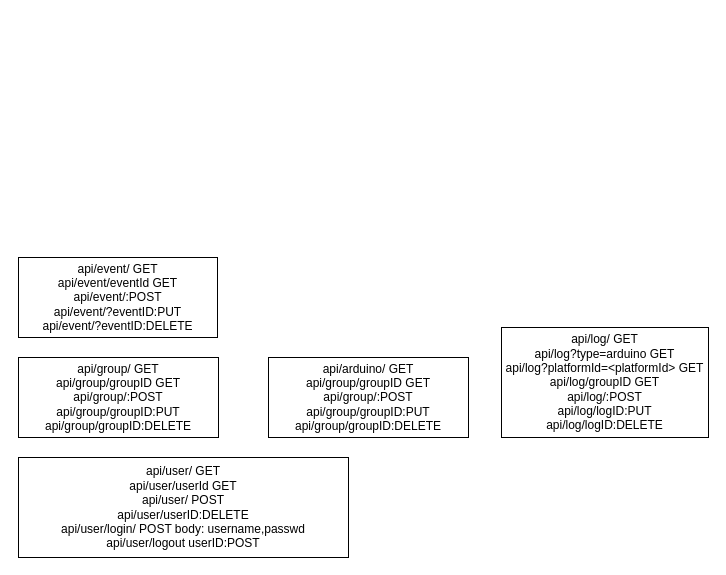
The draw.io diagram page "API" (5 of 6) of drawings/esquemasBasicos.drawio in rjnogales/crm.mio, before the edit. Source tidied: cells renumbered, new cells numbered last; positions are measured from the earlier drawing's top-left corner, leaving out a move shared by most shapes. Both pictures are drawn from the tidied source at 100%, with x=0, y=0 at pixel (18, 257).
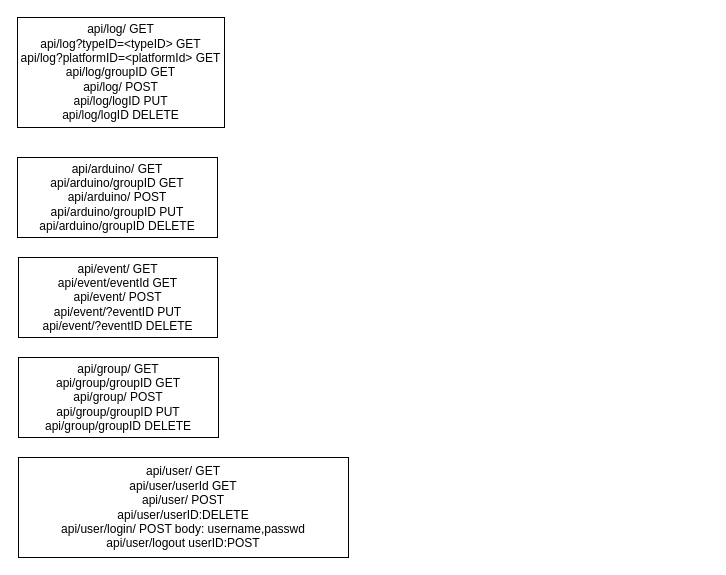
After the change.

The edit, as a diff of the source:
```diff
@@
 <mxGraphModel>
   <root>
     <mxCell id="0" />
     <mxCell id="1" parent="0" />
-    <mxCell id="2" value="api/event/ GET&lt;br&gt;api/event/eventId GET&lt;br&gt;api/event/:POST&lt;br&gt;api/event/?eventID:PUT&lt;br&gt;api/event/?eventID:DELETE" style="rounded=0;whiteSpace=wrap;html=1;" parent="1" vertex="1">
+    <mxCell id="2" value="api/event/ GET&lt;br&gt;api/event/eventId GET&lt;br&gt;api/event/ POST&lt;br&gt;api/event/?eventID PUT&lt;br&gt;api/event/?eventID DELETE" style="rounded=0;whiteSpace=wrap;html=1;" parent="1" vertex="1">
       <mxGeometry width="199" height="80" as="geometry" />
     </mxCell>
-    <mxCell id="3" value="api/group/ GET&lt;br&gt;api/group/groupID GET&lt;br&gt;api/group/:POST&lt;br&gt;api/group/groupID:PUT&lt;br&gt;api/group/groupID:DELETE" style="rounded=0;whiteSpace=wrap;html=1;" parent="1" vertex="1">
+    <mxCell id="3" value="api/group/ GET&lt;br&gt;api/group/groupID GET&lt;br&gt;api/group/ POST&lt;br&gt;api/group/groupID PUT&lt;br&gt;api/group/groupID DELETE" style="rounded=0;whiteSpace=wrap;html=1;" parent="1" vertex="1">
       <mxGeometry y="100" width="200" height="80" as="geometry" />
     </mxCell>
     <mxCell id="4" value="api/user/ GET&lt;br&gt;api/user/userId GET&lt;br&gt;api/user/ POST&lt;br&gt;api/user/userID:DELETE&lt;br&gt;api/user/login/ POST body:&amp;nbsp;username,passwd&lt;br&gt;api/user/logout userID:POST" style="rounded=0;whiteSpace=wrap;html=1;" parent="1" vertex="1">
       <mxGeometry y="200" width="330" height="100" as="geometry" />
     </mxCell>
-    <mxCell id="5" value="api/arduino/ GET&lt;br&gt;api/group/groupID GET&lt;br&gt;api/group/:POST&lt;br&gt;api/group/groupID:PUT&lt;br&gt;api/group/groupID:DELETE" style="rounded=0;whiteSpace=wrap;html=1;" parent="1" vertex="1">
-      <mxGeometry x="250" y="100" width="200" height="80" as="geometry" />
+    <mxCell id="5" value="api/arduino/ GET&lt;br&gt;api/arduino/groupID GET&lt;br&gt;api/arduino/ POST&lt;br&gt;api/arduino/groupID PUT&lt;br&gt;api/arduino/groupID DELETE" style="rounded=0;whiteSpace=wrap;html=1;" parent="1" vertex="1">
+      <mxGeometry x="-1" y="-100" width="200" height="80" as="geometry" />
     </mxCell>
-    <mxCell id="6" value="api/log/ GET&lt;br&gt;api/log?type=arduino GET&lt;br&gt;api/log?platformId=&amp;lt;platformId&amp;gt; GET&lt;br&gt;api/log/groupID GET&lt;br&gt;api/log/:POST&lt;br&gt;api/log/logID:PUT&lt;br&gt;api/log/logID:DELETE" style="rounded=0;whiteSpace=wrap;html=1;" parent="1" vertex="1">
-      <mxGeometry x="483" y="70" width="207" height="110" as="geometry" />
+    <mxCell id="6" value="api/log/ GET&lt;br&gt;api/log?typeID=&amp;lt;typeID&amp;gt; GET&lt;br&gt;api/log?platformID=&amp;lt;platformId&amp;gt; GET&lt;br&gt;api/log/groupID GET&lt;br&gt;api/log/ POST&lt;br&gt;api/log/logID PUT&lt;br&gt;api/log/logID DELETE" style="rounded=0;whiteSpace=wrap;html=1;" parent="1" vertex="1">
+      <mxGeometry x="-1" y="-240" width="207" height="110" as="geometry" />
     </mxCell>
   </root>
 </mxGraphModel>
```
